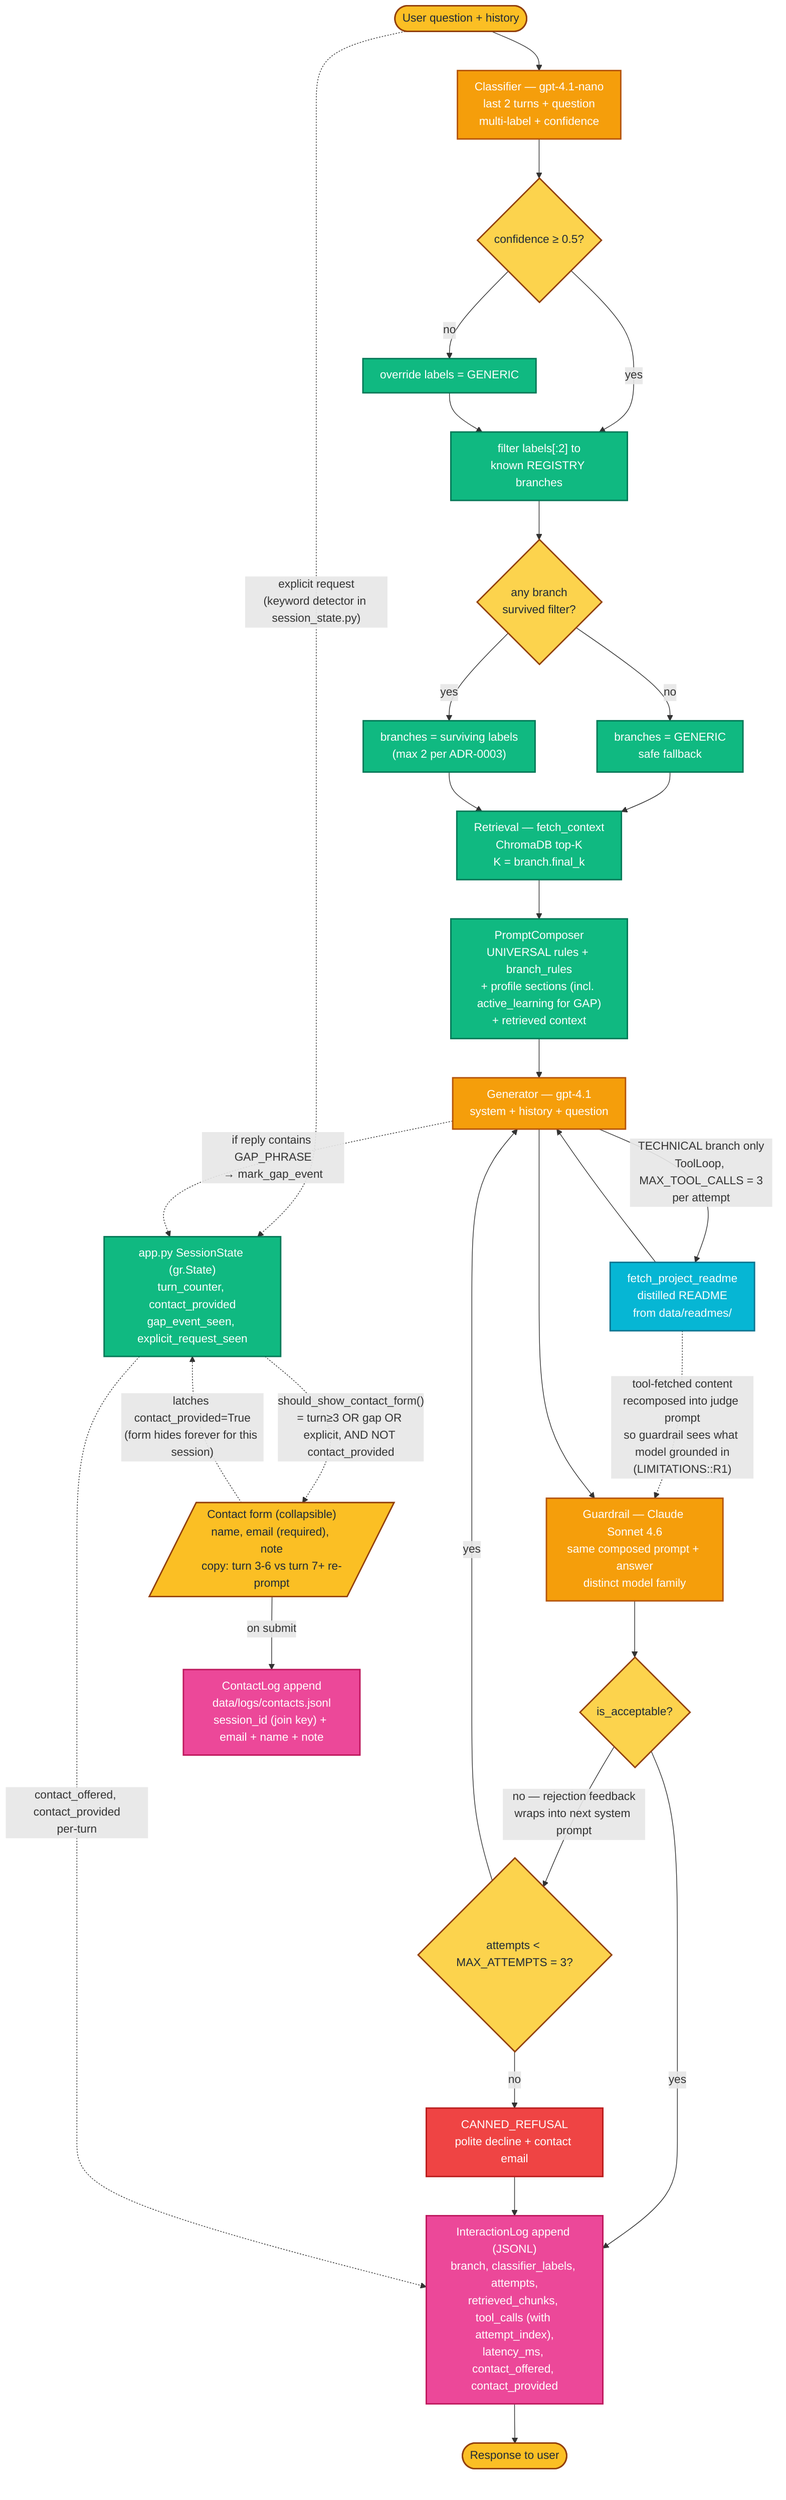
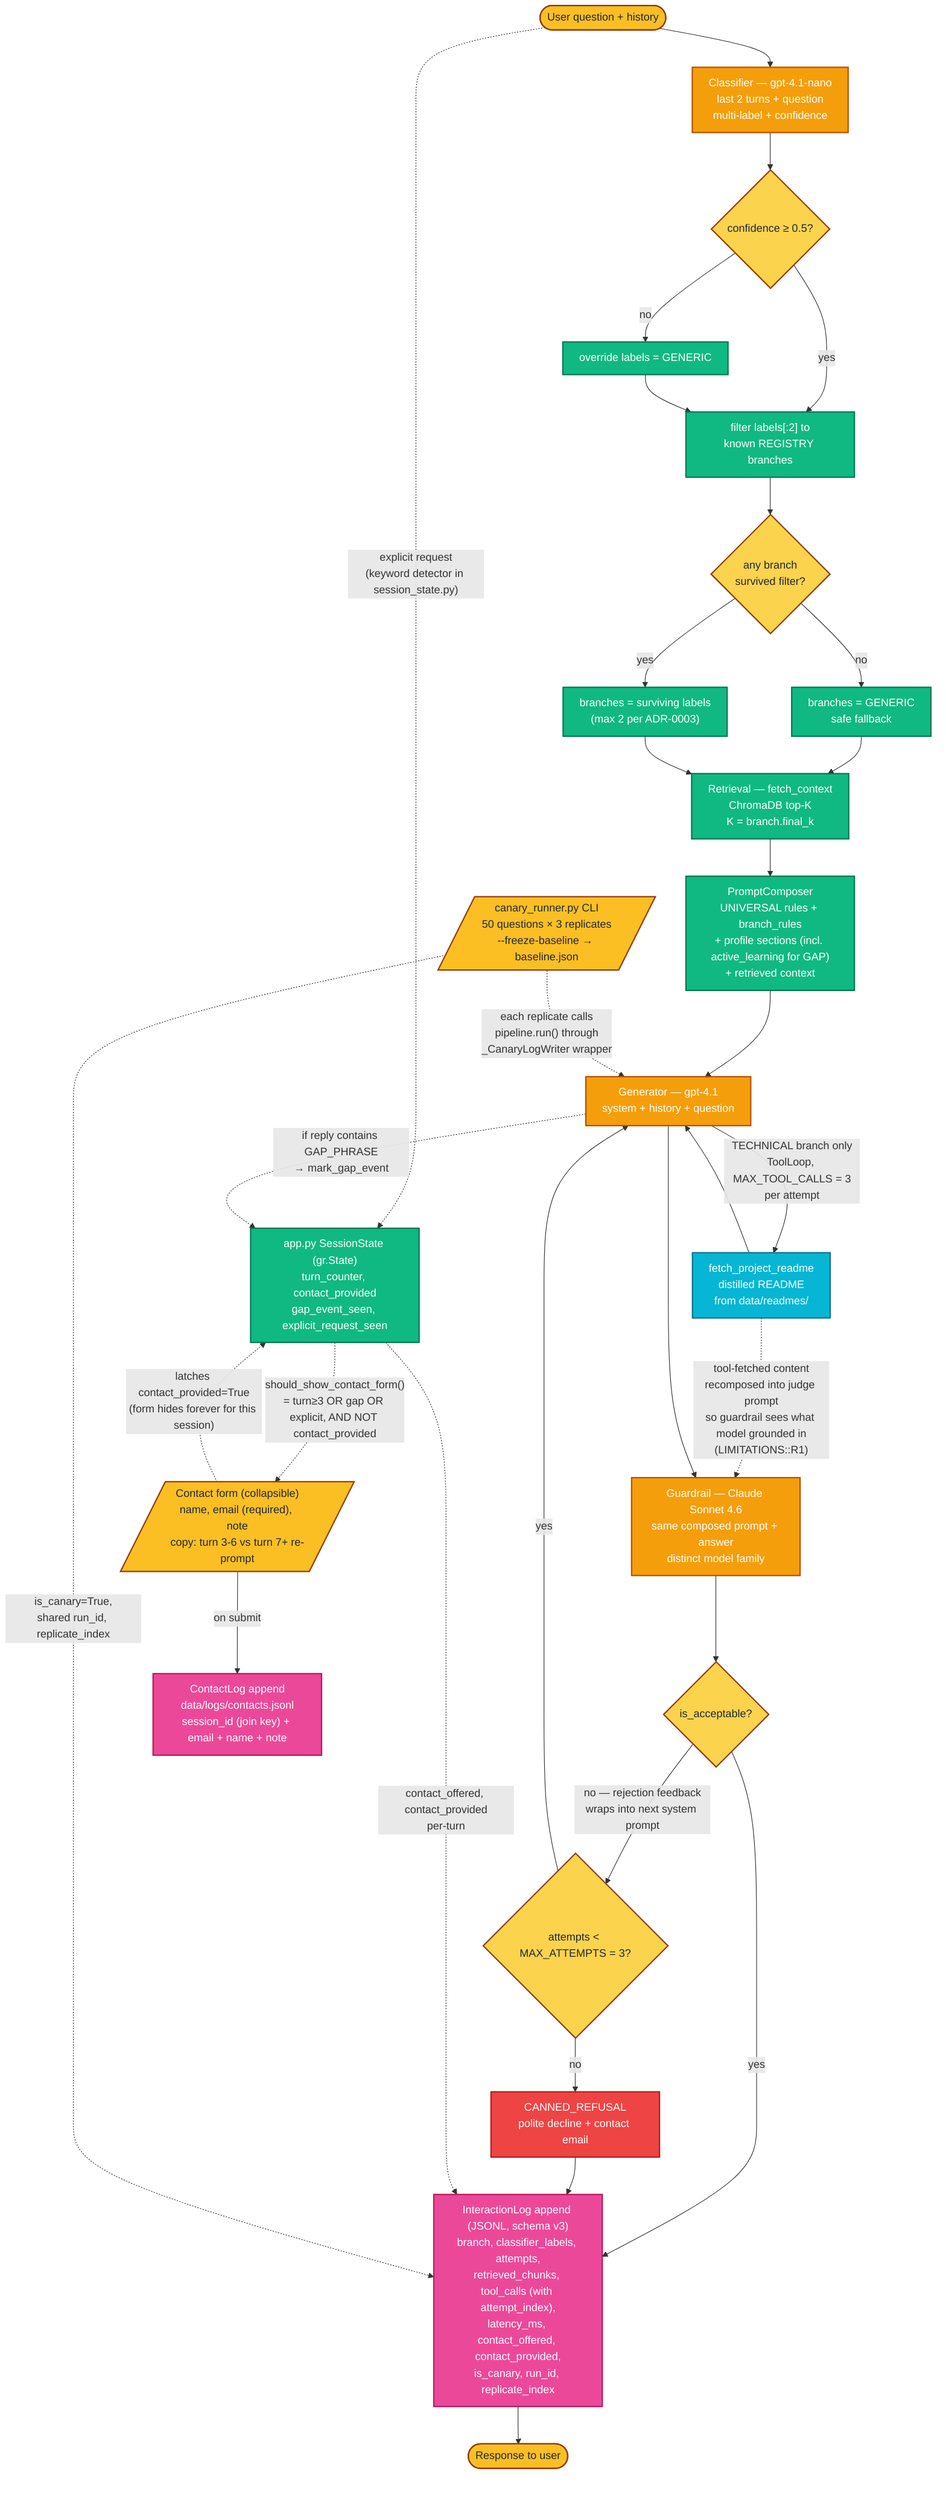
%%{init: {'flowchart': {'nodeSpacing': 45, 'rankSpacing': 55, 'curve': 'basis', 'padding': 12}}}%%
%% Hand-editable runtime pipeline diagram for the Digital Twin.
%% Edit this file whenever pipeline behaviour changes — new branch, new tool,
%% new decision point, retry policy change, new log field. After editing run:
%%   uv run python src/system_map.py
%% to regenerate docs/MAP.md and docs/MAP.html (both this diagram and the
%% auto-generated module graph).
%% Colour conventions: orange = LLM call, green = pure transform,
%% yellow = decision, pink = side effect, red = canned refusal,
%% cyan = model-callable tool (TECHNICAL branch),
%% dashed grey = future / not yet wired.
flowchart TD
  classDef io fill:#fbbf24,stroke:#92400e,color:#1f2937,stroke-width:2px
  classDef llm fill:#f59e0b,stroke:#b45309,color:#ffffff,stroke-width:2px
  classDef decision fill:#fcd34d,stroke:#92400e,color:#1f2937,stroke-width:2px
  classDef pure fill:#10b981,stroke:#047857,color:#ffffff,stroke-width:2px
  classDef sideEffect fill:#ec4899,stroke:#be185d,color:#ffffff,stroke-width:2px
  classDef refusal fill:#ef4444,stroke:#b91c1c,color:#ffffff,stroke-width:2px
  classDef tool fill:#06b6d4,stroke:#0e7490,color:#ffffff,stroke-width:2px
  classDef future fill:#cbd5e1,stroke:#64748b,color:#1f2937,stroke-width:2px,stroke-dasharray:5 4

  USER([User question + history]):::io
  USER --> CLASSIFY["Classifier — gpt-4.1-nano<br/>last 2 turns + question<br/>multi-label + confidence"]:::llm
  CLASSIFY --> CONF{"confidence &ge; 0.5?"}:::decision
  CONF -->|no| GENFALL["override labels = GENERIC"]:::pure
  CONF -->|yes| FILTER["filter labels[:2] to<br/>known REGISTRY branches"]:::pure
  GENFALL --> FILTER
  FILTER --> EMPTY{"any branch<br/>survived filter?"}:::decision
  EMPTY -->|no| GENFALL2["branches = GENERIC<br/>safe fallback"]:::pure
  EMPTY -->|yes| ROUTE["branches = surviving labels<br/>(max 2 per ADR-0003)"]:::pure
  GENFALL2 --> RETR
  ROUTE --> RETR["Retrieval — fetch_context<br/>ChromaDB top-K<br/>K = branch.final_k"]:::pure
  RETR --> COMP["PromptComposer<br/>UNIVERSAL rules + branch_rules<br/>+ profile sections (incl. active_learning for GAP)<br/>+ retrieved context"]:::pure
  COMP --> GEN["Generator — gpt-4.1<br/>system + history + question"]:::llm
  GEN -->|"TECHNICAL branch only<br/>ToolLoop, MAX_TOOL_CALLS = 3<br/>per attempt"| TOOL["fetch_project_readme<br/>distilled README<br/>from data/readmes/"]:::tool
  TOOL --> GEN
  TOOL -.->|"tool-fetched content<br/>recomposed into judge prompt<br/>so guardrail sees what model grounded in<br/>(LIMITATIONS::R1)"| JUDGE
  GEN --> JUDGE["Guardrail — Claude Sonnet 4.6<br/>same composed prompt + answer<br/>distinct model family"]:::llm
  JUDGE --> ACCEPT{"is_acceptable?"}:::decision
-   ACCEPT -->|yes| LOG["InteractionLog append (JSONL)<br/>branch, classifier_labels, attempts,<br/>retrieved_chunks, tool_calls (with attempt_index),<br/>latency_ms, contact_offered, contact_provided"]:::sideEffect
+   ACCEPT -->|yes| LOG["InteractionLog append (JSONL, schema v3)<br/>branch, classifier_labels, attempts,<br/>retrieved_chunks, tool_calls (with attempt_index),<br/>latency_ms, contact_offered, contact_provided,<br/>is_canary, run_id, replicate_index"]:::sideEffect
  ACCEPT -->|"no — rejection feedback<br/>wraps into next system prompt"| RETRY{"attempts &lt; MAX_ATTEMPTS = 3?"}:::decision
  RETRY -->|yes| GEN
  RETRY -->|no| REFUSE["CANNED_REFUSAL<br/>polite decline + contact email"]:::refusal
  REFUSE --> LOG
  LOG --> RESP([Response to user]):::io

  %% Contact-flow side-channel (#16 + Session 26 expansion) — runs in app.py
  %% outside the per-turn pipeline. SessionState (in gr.State) holds three
  %% independent triggers (turn-3, gap event, explicit request); any of them
  %% surfaces the form. contact_provided=True latches all triggers off.
  %% Form copy switches at turn 7 to a re-engagement nudge.
  STATE["app.py SessionState (gr.State)<br/>turn_counter, contact_provided<br/>gap_event_seen, explicit_request_seen"]:::pure
  STATE -.->|"contact_offered, contact_provided<br/>per-turn"| LOG
  USER -.->|"explicit request<br/>(keyword detector in session_state.py)"| STATE
  GEN -.->|"if reply contains GAP_PHRASE<br/>→ mark_gap_event"| STATE
  FORM[/"Contact form (collapsible)<br/>name, email (required), note<br/>copy: turn 3-6 vs turn 7+ re-prompt"/]:::io
  STATE -.->|"should_show_contact_form()<br/>= turn≥3 OR gap OR explicit, AND NOT contact_provided"| FORM
  FORM -->|"on submit"| CONTACTS["ContactLog append<br/>data/logs/contacts.jsonl<br/>session_id (join key) + email + name + note"]:::sideEffect
  FORM -.->|"latches contact_provided=True<br/>(form hides forever for this session)"| STATE
+ 
+   %% Canary side-channel (#39) — runs via CLI, not auto-refresh.
+   %% _CanaryLogWriter wraps LogWriter to inject is_canary/run_id/replicate_index.
+   %% Records land in the same interactions.jsonl as live records; DashboardModel
+   %% filters them out by default (include_canary=False) so live tabs are unaffected.
+   CANARY[/"canary_runner.py CLI<br/>50 questions × 3 replicates<br/>--freeze-baseline → baseline.json"/]:::io
+   CANARY -.->|"each replicate calls<br/>pipeline.run() through<br/>_CanaryLogWriter wrapper"| GEN
+   CANARY -.->|"is_canary=True,<br/>shared run_id, replicate_index"| LOG
